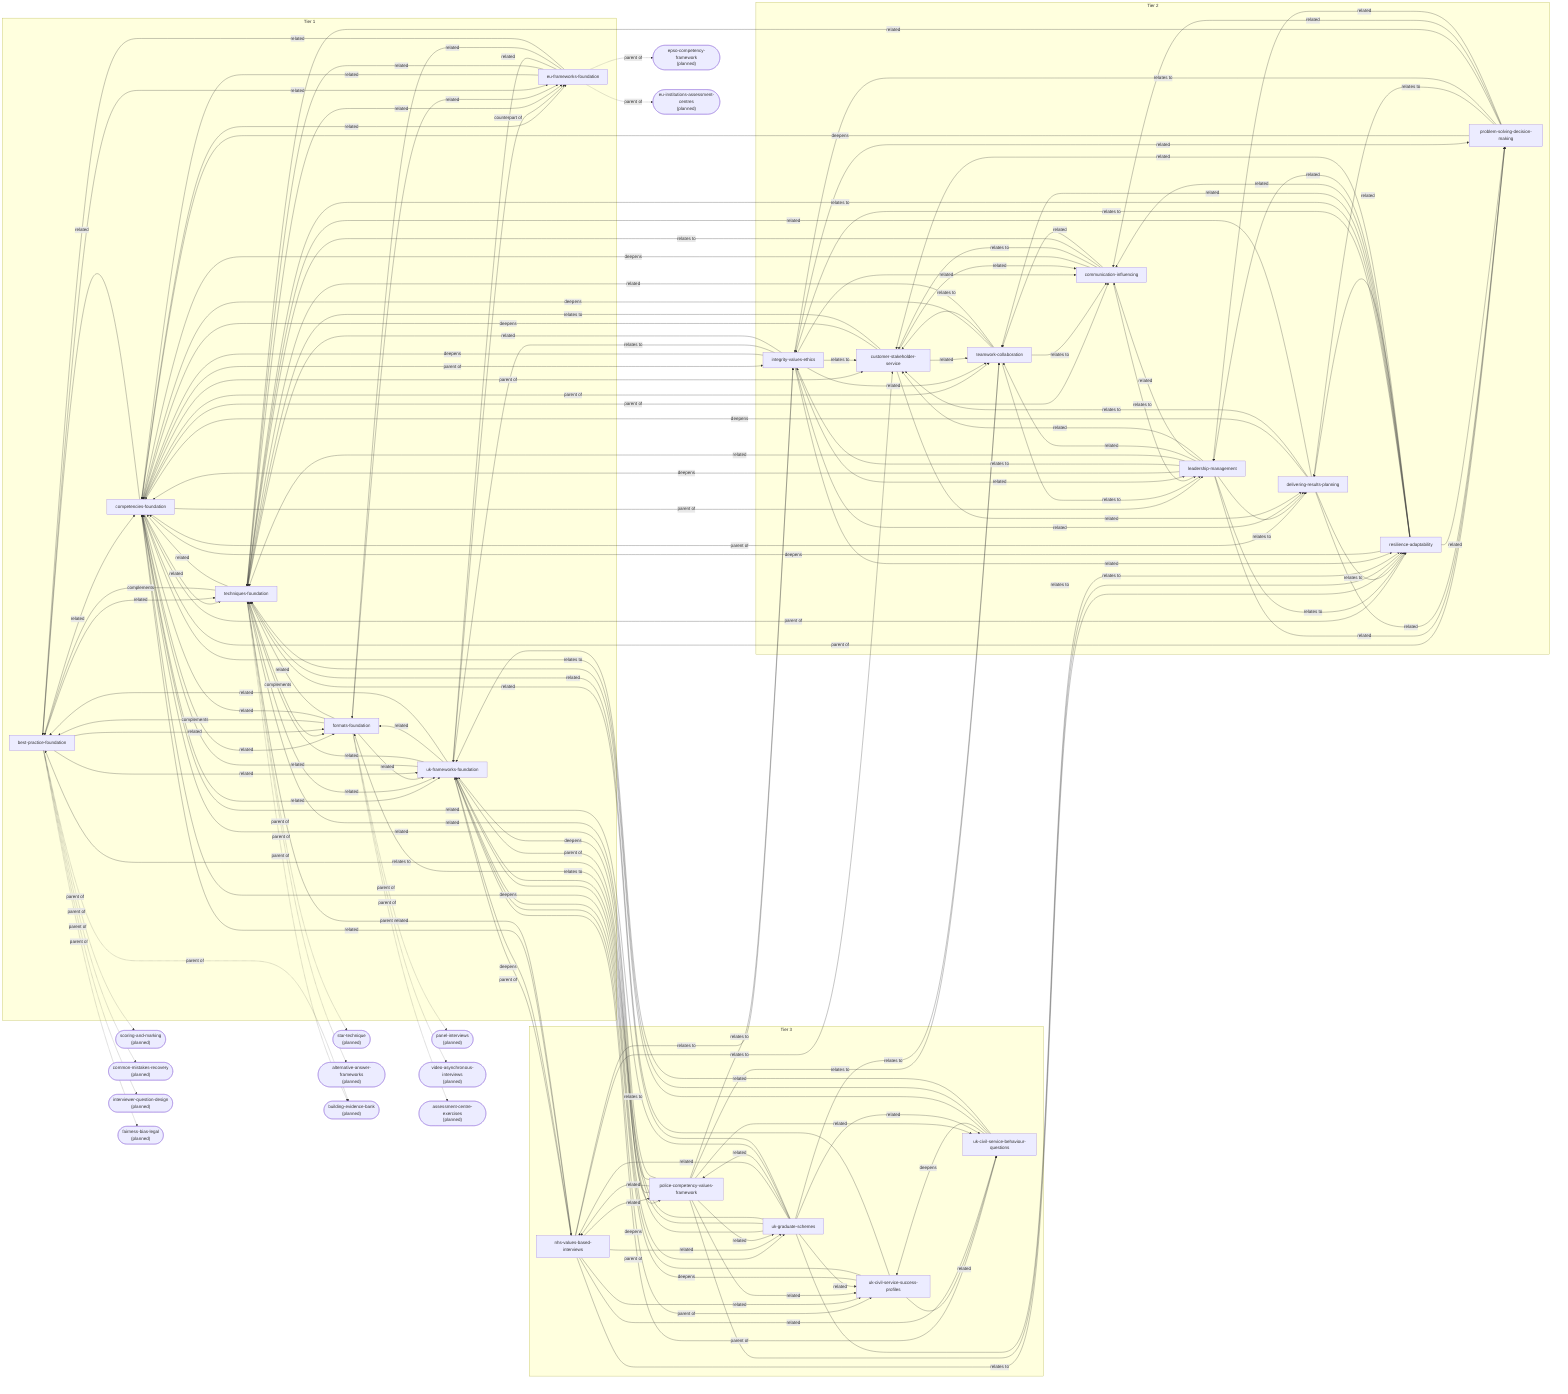
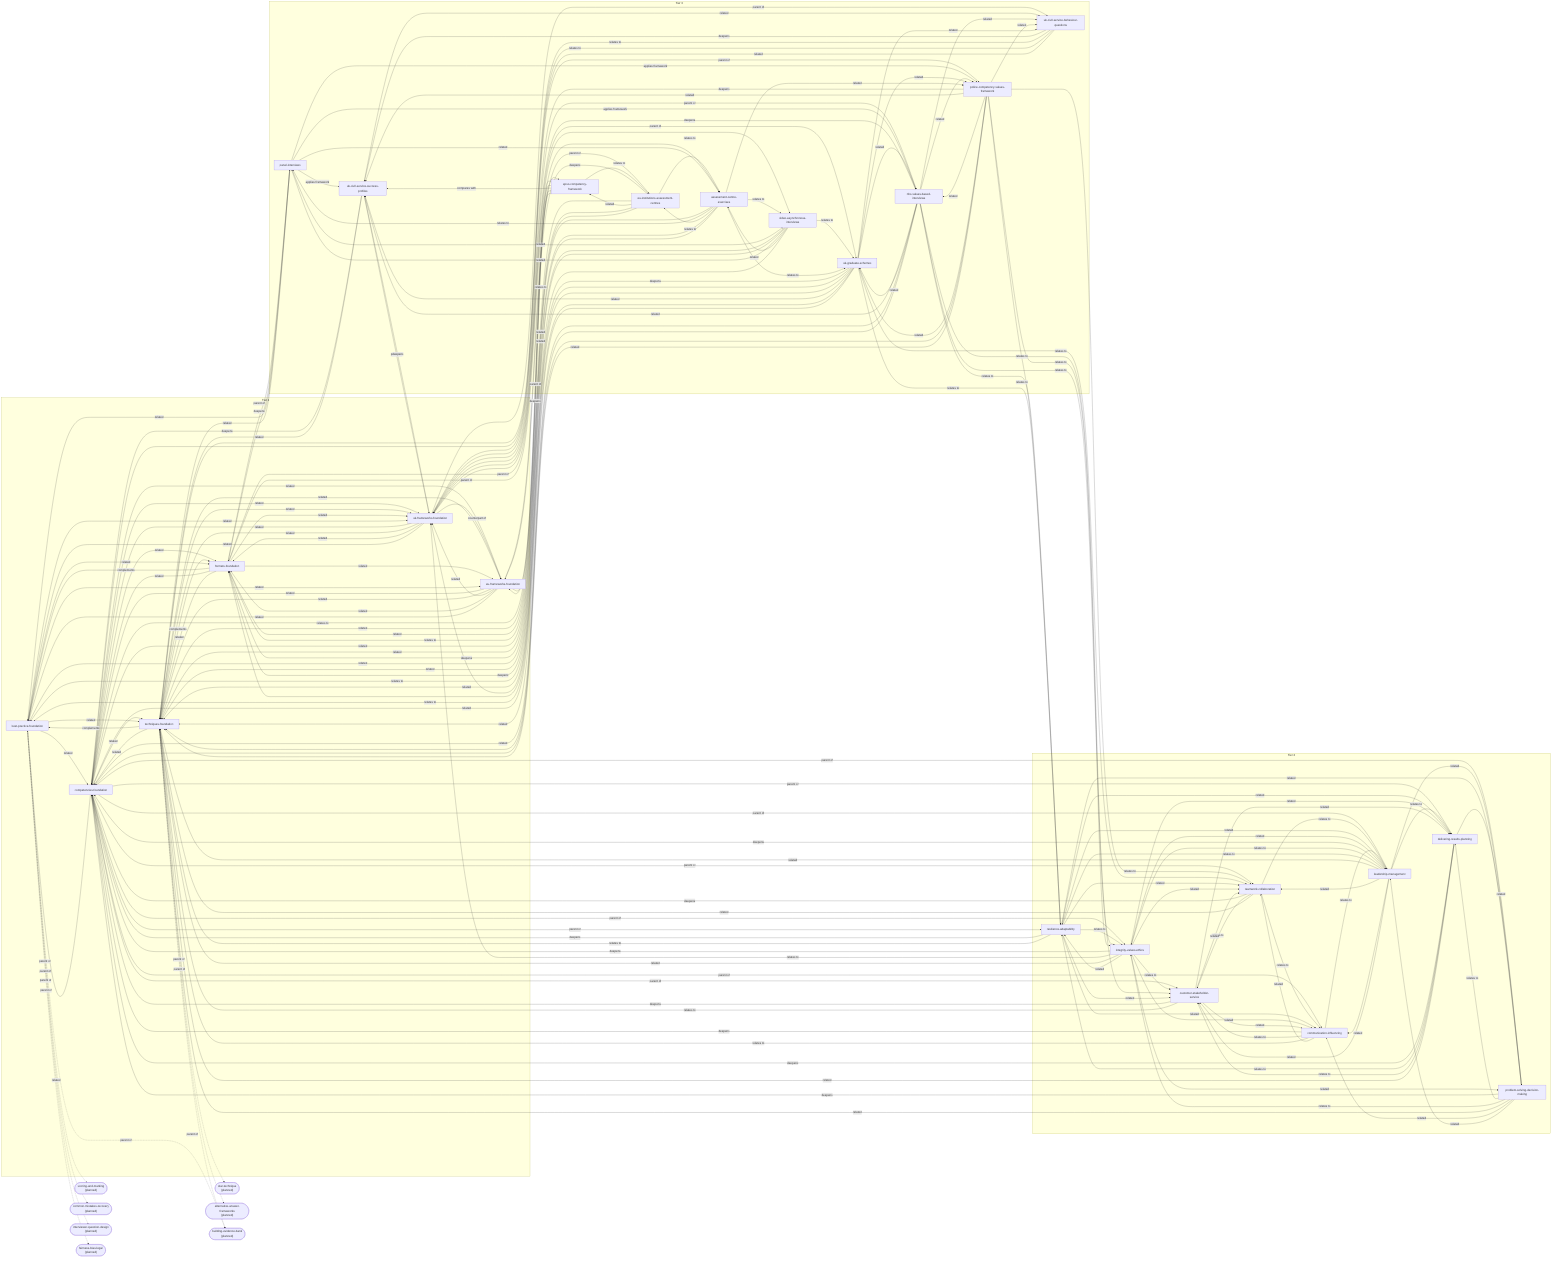
graph LR
  subgraph Tier1["Tier 1"]
    best_practice_foundation["best-practice-foundation"]
    competencies_foundation["competencies-foundation"]
    eu_frameworks_foundation["eu-frameworks-foundation"]
    formats_foundation["formats-foundation"]
    techniques_foundation["techniques-foundation"]
    uk_frameworks_foundation["uk-frameworks-foundation"]
  end
  subgraph Tier2["Tier 2"]
    communication_influencing["communication-influencing"]
    customer_stakeholder_service["customer-stakeholder-service"]
    delivering_results_planning["delivering-results-planning"]
    integrity_values_ethics["integrity-values-ethics"]
    leadership_management["leadership-management"]
    problem_solving_decision_making["problem-solving-decision-making"]
    resilience_adaptability["resilience-adaptability"]
    teamwork_collaboration["teamwork-collaboration"]
  end
  subgraph Tier3["Tier 3"]
+     assessment_centre_exercises["assessment-centre-exercises"]
+     epso_competency_framework["epso-competency-framework"]
+     eu_institutions_assessment_centres["eu-institutions-assessment-centres"]
    nhs_values_based_interviews["nhs-values-based-interviews"]
+     panel_interviews["panel-interviews"]
    police_competency_values_framework["police-competency-values-framework"]
    uk_civil_service_behaviour_questions["uk-civil-service-behaviour-questions"]
    uk_civil_service_success_profiles["uk-civil-service-success-profiles"]
    uk_graduate_schemes["uk-graduate-schemes"]
+     video_asynchronous_interviews["video-asynchronous-interviews"]
  end
  competencies_foundation -->|related| techniques_foundation
  competencies_foundation -->|related| uk_frameworks_foundation
  competencies_foundation -->|related| eu_frameworks_foundation
  competencies_foundation -->|related| formats_foundation
  competencies_foundation -->|related| best_practice_foundation
  uk_frameworks_foundation -->|counterpart of| eu_frameworks_foundation
  techniques_foundation -->|complements| formats_foundation
  techniques_foundation -->|complements| best_practice_foundation
  formats_foundation -->|complements| best_practice_foundation
  competencies_foundation -->|parent of| teamwork_collaboration
  competencies_foundation -->|parent of| communication_influencing
  competencies_foundation -->|parent of| leadership_management
  competencies_foundation -->|parent of| problem_solving_decision_making
  competencies_foundation -->|parent of| delivering_results_planning
  competencies_foundation -->|parent of| resilience_adaptability
  competencies_foundation -->|parent of| integrity_values_ethics
  competencies_foundation -->|parent of| customer_stakeholder_service
  teamwork_collaboration -->|deepens| competencies_foundation
  teamwork_collaboration -->|relates to| communication_influencing
  teamwork_collaboration -->|relates to| leadership_management
  teamwork_collaboration -->|relates to| customer_stakeholder_service
  communication_influencing -->|deepens| competencies_foundation
  communication_influencing -->|relates to| leadership_management
  communication_influencing -->|relates to| customer_stakeholder_service
  communication_influencing -->|relates to| techniques_foundation
  leadership_management -->|deepens| competencies_foundation
  leadership_management -->|relates to| delivering_results_planning
  leadership_management -->|relates to| integrity_values_ethics
  leadership_management -->|relates to| resilience_adaptability
  problem_solving_decision_making -->|deepens| competencies_foundation
  problem_solving_decision_making -->|relates to| delivering_results_planning
  problem_solving_decision_making -->|relates to| integrity_values_ethics
  delivering_results_planning -->|deepens| competencies_foundation
  delivering_results_planning -->|relates to| resilience_adaptability
  delivering_results_planning -->|relates to| customer_stakeholder_service
  resilience_adaptability -->|deepens| competencies_foundation
  resilience_adaptability -->|relates to| integrity_values_ethics
  resilience_adaptability -->|relates to| techniques_foundation
  integrity_values_ethics -->|deepens| competencies_foundation
  integrity_values_ethics -->|relates to| uk_frameworks_foundation
  integrity_values_ethics -->|relates to| customer_stakeholder_service
  customer_stakeholder_service -->|deepens| competencies_foundation
  customer_stakeholder_service -->|relates to| techniques_foundation
  star_technique(["star-technique<br/>(planned)"])
  techniques_foundation -.->|parent of| star_technique
  alternative_answer_frameworks(["alternative-answer-frameworks<br/>(planned)"])
  techniques_foundation -.->|parent of| alternative_answer_frameworks
  building_evidence_bank(["building-evidence-bank<br/>(planned)"])
  techniques_foundation -.->|parent of| building_evidence_bank
  uk_frameworks_foundation -->|parent of| uk_civil_service_success_profiles
  uk_frameworks_foundation -->|parent of| uk_civil_service_behaviour_questions
  uk_frameworks_foundation -->|parent of| nhs_values_based_interviews
  uk_frameworks_foundation -->|parent of| police_competency_values_framework
  uk_frameworks_foundation -->|parent of| uk_graduate_schemes
  uk_civil_service_success_profiles -->|deepens| uk_frameworks_foundation
  uk_civil_service_success_profiles -->|deepens| competencies_foundation
  uk_civil_service_behaviour_questions -->|deepens| uk_civil_service_success_profiles
  uk_civil_service_behaviour_questions -->|relates to| techniques_foundation
  uk_civil_service_behaviour_questions -->|relates to| competencies_foundation
  nhs_values_based_interviews -->|deepens| uk_frameworks_foundation
  nhs_values_based_interviews -->|relates to| integrity_values_ethics
  nhs_values_based_interviews -->|relates to| customer_stakeholder_service
  nhs_values_based_interviews -->|relates to| resilience_adaptability
  police_competency_values_framework -->|deepens| uk_frameworks_foundation
  police_competency_values_framework -->|relates to| integrity_values_ethics
  police_competency_values_framework -->|relates to| resilience_adaptability
  police_competency_values_framework -->|relates to| teamwork_collaboration
  uk_graduate_schemes -->|deepens| uk_frameworks_foundation
  uk_graduate_schemes -->|relates to| formats_foundation
  uk_graduate_schemes -->|relates to| best_practice_foundation
  uk_graduate_schemes -->|relates to| resilience_adaptability
  uk_graduate_schemes -->|relates to| teamwork_collaboration
-   epso_competency_framework(["epso-competency-framework<br/>(planned)"])
-   eu_frameworks_foundation -.->|parent of| epso_competency_framework
-   eu_institutions_assessment_centres(["eu-institutions-assessment-centres<br/>(planned)"])
-   eu_frameworks_foundation -.->|parent of| eu_institutions_assessment_centres
-   panel_interviews(["panel-interviews<br/>(planned)"])
-   formats_foundation -.->|parent of| panel_interviews
-   video_asynchronous_interviews(["video-asynchronous-interviews<br/>(planned)"])
-   formats_foundation -.->|parent of| video_asynchronous_interviews
-   assessment_centre_exercises(["assessment-centre-exercises<br/>(planned)"])
-   formats_foundation -.->|parent of| assessment_centre_exercises
+   eu_frameworks_foundation -->|parent of| epso_competency_framework
+   eu_frameworks_foundation -->|parent of| eu_institutions_assessment_centres
+   epso_competency_framework -->|deepens| eu_frameworks_foundation
+   epso_competency_framework -->|relates to| eu_institutions_assessment_centres
+   epso_competency_framework -->|relates to| competencies_foundation
+   epso_competency_framework -->|compares with| uk_civil_service_success_profiles
+   eu_institutions_assessment_centres -->|deepens| eu_frameworks_foundation
+   eu_institutions_assessment_centres -->|relates to| assessment_centre_exercises
+   eu_institutions_assessment_centres -->|relates to| formats_foundation
+   formats_foundation -->|parent of| panel_interviews
+   formats_foundation -->|parent of| video_asynchronous_interviews
+   formats_foundation -->|parent of| assessment_centre_exercises
+   panel_interviews -->|deepens| formats_foundation
+   panel_interviews -->|applies framework| uk_civil_service_success_profiles
+   panel_interviews -->|applies framework| police_competency_values_framework
+   panel_interviews -->|applies framework| nhs_values_based_interviews
+   video_asynchronous_interviews -->|deepens| formats_foundation
+   video_asynchronous_interviews -->|relates to| uk_graduate_schemes
+   video_asynchronous_interviews -->|relates to| best_practice_foundation
+   assessment_centre_exercises -->|deepens| formats_foundation
+   assessment_centre_exercises -->|relates to| panel_interviews
+   assessment_centre_exercises -->|relates to| video_asynchronous_interviews
+   assessment_centre_exercises -->|relates to| eu_institutions_assessment_centres
+   assessment_centre_exercises -->|relates to| uk_graduate_schemes
  best_practice_foundation -.->|parent of| building_evidence_bank
  scoring_and_marking(["scoring-and-marking<br/>(planned)"])
  best_practice_foundation -.->|parent of| scoring_and_marking
  common_mistakes_recovery(["common-mistakes-recovery<br/>(planned)"])
  best_practice_foundation -.->|parent of| common_mistakes_recovery
  interviewer_question_design(["interviewer-question-design<br/>(planned)"])
  best_practice_foundation -.->|parent of| interviewer_question_design
  fairness_bias_legal(["fairness-bias-legal<br/>(planned)"])
  best_practice_foundation -.->|parent of| fairness_bias_legal
  techniques_foundation -->|related| competencies_foundation
  techniques_foundation -->|related| uk_frameworks_foundation
  techniques_foundation -->|related| eu_frameworks_foundation
  uk_frameworks_foundation -->|related| competencies_foundation
  uk_frameworks_foundation -->|related| techniques_foundation
  uk_frameworks_foundation -->|related| formats_foundation
  uk_frameworks_foundation -->|related| best_practice_foundation
  eu_frameworks_foundation -->|related| competencies_foundation
  eu_frameworks_foundation -->|related| techniques_foundation
  eu_frameworks_foundation -->|related| uk_frameworks_foundation
  eu_frameworks_foundation -->|related| formats_foundation
  eu_frameworks_foundation -->|related| best_practice_foundation
  formats_foundation -->|related| competencies_foundation
  formats_foundation -->|related| techniques_foundation
  formats_foundation -->|related| uk_frameworks_foundation
  formats_foundation -->|related| eu_frameworks_foundation
  best_practice_foundation -->|related| competencies_foundation
  best_practice_foundation -->|related| techniques_foundation
  best_practice_foundation -->|related| uk_frameworks_foundation
  best_practice_foundation -->|related| eu_frameworks_foundation
  best_practice_foundation -->|related| formats_foundation
  teamwork_collaboration -->|related| techniques_foundation
  communication_influencing -->|related| teamwork_collaboration
  leadership_management -->|related| techniques_foundation
  leadership_management -->|related| teamwork_collaboration
  leadership_management -->|related| communication_influencing
  leadership_management -->|related| problem_solving_decision_making
  leadership_management -->|related| customer_stakeholder_service
  problem_solving_decision_making -->|related| techniques_foundation
  problem_solving_decision_making -->|related| communication_influencing
  problem_solving_decision_making -->|related| leadership_management
  delivering_results_planning -->|related| techniques_foundation
  delivering_results_planning -->|related| problem_solving_decision_making
  resilience_adaptability -->|related| teamwork_collaboration
  resilience_adaptability -->|related| communication_influencing
  resilience_adaptability -->|related| leadership_management
  resilience_adaptability -->|related| problem_solving_decision_making
  resilience_adaptability -->|related| delivering_results_planning
  resilience_adaptability -->|related| customer_stakeholder_service
  integrity_values_ethics -->|related| techniques_foundation
  integrity_values_ethics -->|related| teamwork_collaboration
  integrity_values_ethics -->|related| communication_influencing
  integrity_values_ethics -->|related| leadership_management
  integrity_values_ethics -->|related| problem_solving_decision_making
  integrity_values_ethics -->|related| delivering_results_planning
  integrity_values_ethics -->|related| resilience_adaptability
  customer_stakeholder_service -->|related| teamwork_collaboration
  customer_stakeholder_service -->|related| communication_influencing
  customer_stakeholder_service -->|related| delivering_results_planning
  uk_civil_service_success_profiles -->|related| uk_civil_service_behaviour_questions
  uk_civil_service_success_profiles -->|related| techniques_foundation
  uk_civil_service_behaviour_questions -->|related| uk_frameworks_foundation
  nhs_values_based_interviews -->|related| uk_civil_service_success_profiles
  nhs_values_based_interviews -->|related| uk_civil_service_behaviour_questions
  nhs_values_based_interviews -->|related| police_competency_values_framework
  nhs_values_based_interviews -->|related| uk_graduate_schemes
  nhs_values_based_interviews -->|related| competencies_foundation
  nhs_values_based_interviews -->|related| techniques_foundation
  police_competency_values_framework -->|related| uk_civil_service_success_profiles
  police_competency_values_framework -->|related| uk_civil_service_behaviour_questions
  police_competency_values_framework -->|related| nhs_values_based_interviews
  police_competency_values_framework -->|related| uk_graduate_schemes
  police_competency_values_framework -->|related| competencies_foundation
  police_competency_values_framework -->|related| techniques_foundation
  uk_graduate_schemes -->|related| uk_civil_service_success_profiles
  uk_graduate_schemes -->|related| uk_civil_service_behaviour_questions
  uk_graduate_schemes -->|related| nhs_values_based_interviews
  uk_graduate_schemes -->|related| police_competency_values_framework
  uk_graduate_schemes -->|related| competencies_foundation
  uk_graduate_schemes -->|related| techniques_foundation
+   epso_competency_framework -->|related| techniques_foundation
+   epso_competency_framework -->|related| formats_foundation
+   eu_institutions_assessment_centres -->|related| epso_competency_framework
+   eu_institutions_assessment_centres -->|related| competencies_foundation
+   eu_institutions_assessment_centres -->|related| techniques_foundation
+   panel_interviews -->|related| video_asynchronous_interviews
+   panel_interviews -->|related| assessment_centre_exercises
+   panel_interviews -->|related| best_practice_foundation
+   panel_interviews -->|related| techniques_foundation
+   video_asynchronous_interviews -->|related| panel_interviews
+   video_asynchronous_interviews -->|related| assessment_centre_exercises
+   video_asynchronous_interviews -->|related| techniques_foundation
+   assessment_centre_exercises -->|related| police_competency_values_framework
+   assessment_centre_exercises -->|related| best_practice_foundation
+   assessment_centre_exercises -->|related| techniques_foundation
